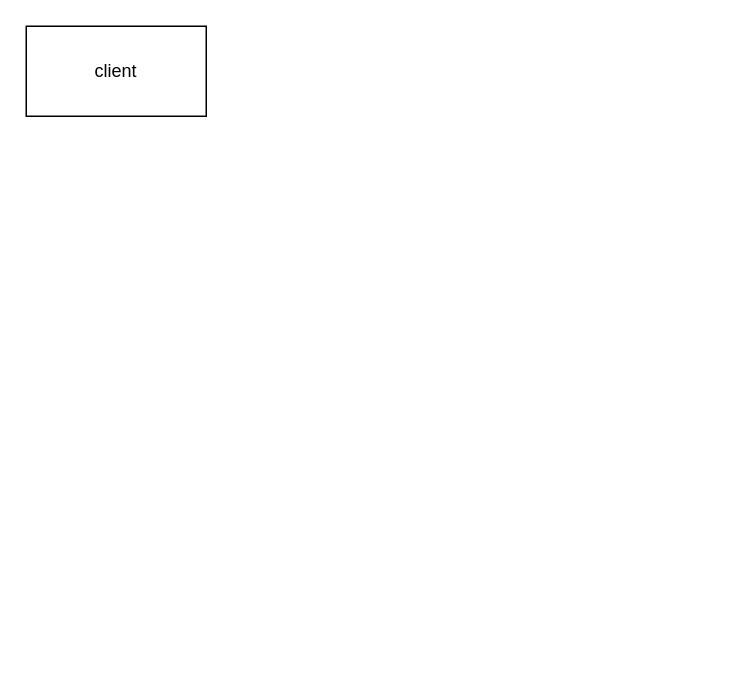
Before: 未命名绘图.drawio in greatestslut/System-Design-interview, a draw.io diagram. Source tidied: cells renumbered, new cells numbered last; positions are measured from the earlier drawing's top-left corner, leaving out a move shared by most shapes. Both pictures are drawn from the tidied source at 150%, with x=0, y=0 at pixel (26, 26).
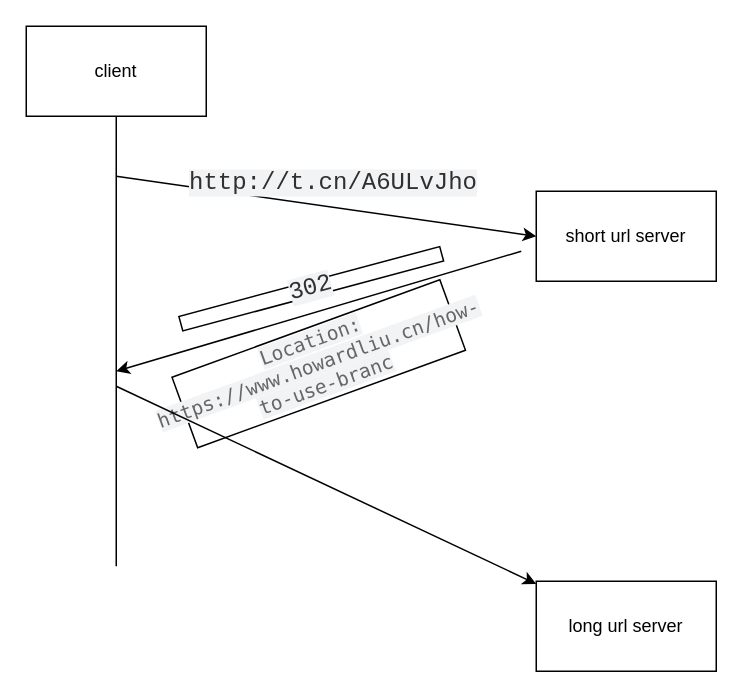
The same page after the edit.

Diff of the diagram source:
```diff
@@
 <mxGraphModel>
   <root>
     <mxCell id="0" />
     <mxCell id="1" parent="0" />
     <mxCell id="2" value="client" style="rounded=0;whiteSpace=wrap;html=1;" parent="1" vertex="1">
       <mxGeometry width="120" height="60" as="geometry" />
     </mxCell>
+    <mxCell id="3" style="endArrow=none;html=1;rounded=0;entryX=0.5;entryY=1;entryDx=0;entryDy=0;" parent="1" edge="1" target="2">
+      <mxGeometry relative="1" as="geometry">
+        <mxPoint x="60" y="360" as="sourcePoint" />
+        <Array as="points">
+          <mxPoint x="60" y="110" />
+        </Array>
+      </mxGeometry>
+    </mxCell>
+    <mxCell id="4" value="short url server" style="rounded=0;whiteSpace=wrap;html=1;" parent="1" vertex="1">
+      <mxGeometry x="340" y="110" width="120" height="60" as="geometry" />
+    </mxCell>
+    <mxCell id="5" style="endArrow=classic;html=1;rounded=0;entryX=0;entryY=0.5;entryDx=0;entryDy=0;" parent="1" edge="1" target="4">
+      <mxGeometry relative="1" as="geometry">
+        <mxPoint x="60" y="100" as="sourcePoint" />
+      </mxGeometry>
+    </mxCell>
+    <mxCell id="6" value="&lt;span style=&quot;color: rgb(48, 48, 48); font-family: &amp;quot;Source Code Pro&amp;quot;, Courier; font-size: 16px; text-align: start; background-color: rgb(241, 243, 245);&quot;&gt;http://t.cn/A6ULvJho&lt;/span&gt;" style="rounded=0;whiteSpace=wrap;html=1;" parent="1" vertex="1">
+      <mxGeometry x="110" y="100" width="190" height="10" as="geometry" />
+    </mxCell>
+    <mxCell id="7" style="endArrow=classic;html=1;rounded=0;" parent="1" edge="1">
+      <mxGeometry relative="1" as="geometry">
+        <mxPoint x="330" y="150" as="sourcePoint" />
+        <mxPoint x="60" y="230" as="targetPoint" />
+      </mxGeometry>
+    </mxCell>
+    <mxCell id="8" value="&lt;span style=&quot;color: rgb(48, 48, 48); font-family: &amp;quot;Source Code Pro&amp;quot;, Courier; font-size: 16px; text-align: start; background-color: rgb(241, 243, 245);&quot;&gt;302&lt;br&gt;&lt;/span&gt;" style="rounded=0;whiteSpace=wrap;html=1;rotation=-15;" parent="1" vertex="1">
+      <mxGeometry x="100" y="170" width="180" height="10" as="geometry" />
+    </mxCell>
+    <mxCell id="9" value="&lt;span style=&quot;color: rgb(102, 102, 102); font-family: Menlo, Monaco, &amp;quot;Source Code Pro&amp;quot;, &amp;quot;Courier New&amp;quot;, monospace; font-size: 13px; text-align: start; background-color: rgb(241, 243, 245);&quot;&gt;Location: https://www.howardliu.cn/how-to-use-branc&lt;/span&gt;" style="rounded=0;whiteSpace=wrap;html=1;rotation=-20;" parent="1" vertex="1">
+      <mxGeometry x="100" y="200" width="190" height="50" as="geometry" />
+    </mxCell>
+    <mxCell id="10" style="endArrow=classic;html=1;rounded=0;" parent="1" edge="1" target="11">
+      <mxGeometry relative="1" as="geometry">
+        <mxPoint x="60" y="240" as="sourcePoint" />
+      </mxGeometry>
+    </mxCell>
+    <mxCell id="11" value="long url server" style="rounded=0;whiteSpace=wrap;html=1;" parent="1" vertex="1">
+      <mxGeometry x="340" y="370" width="120" height="60" as="geometry" />
+    </mxCell>
   </root>
 </mxGraphModel>
```
